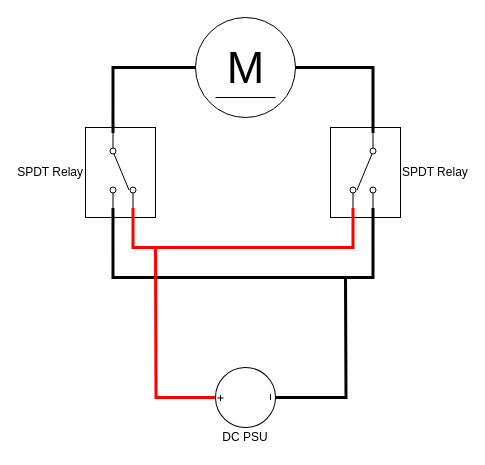
Before: page "Wiring: DC" (3 of 3) of docs/_drawio/FB_OUTPUT_COVER_MQTT.drawio in MichielVanwelsenaere/HomeAutomation.CoDeSys3, a draw.io diagram. Source tidied: cells renumbered, new cells numbered last; positions are measured from the earlier drawing's top-left corner, leaving out a move shared by most shapes. Both pictures are drawn from the tidied source at 100%, with x=0, y=0 at pixel (85, 17).
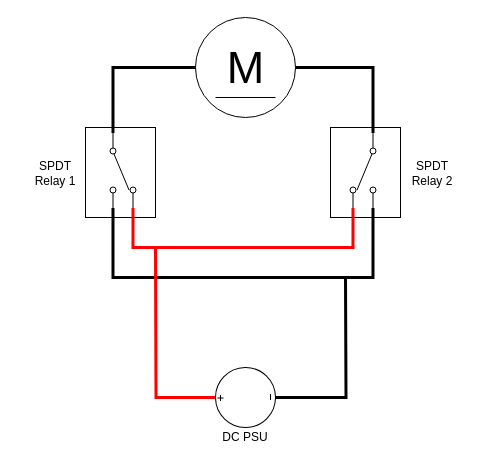
Above is the later version.

The edit, as a diff of the source:
```diff
@@
-    <mxCell id="2" value="SPDT Relay" style="rounded=0;whiteSpace=wrap;html=1;labelBackgroundColor=none;fillColor=none;fontColor=#000000;labelPosition=right;verticalLabelPosition=middle;align=left;verticalAlign=middle;" parent="1" vertex="1">
+    <mxCell id="2" style="rounded=0;whiteSpace=wrap;html=1;labelBackgroundColor=none;fillColor=none;fontColor=#000000;labelPosition=right;verticalLabelPosition=middle;align=left;verticalAlign=middle;" parent="1" vertex="1">
       <mxGeometry x="245" y="110" width="70" height="90" as="geometry" />
     </mxCell>
-    <mxCell id="3" value="SPDT Relay" style="rounded=0;whiteSpace=wrap;html=1;labelBackgroundColor=none;fillColor=none;fontColor=#000000;labelPosition=left;verticalLabelPosition=middle;align=right;verticalAlign=middle;" parent="1" vertex="1">
+    <mxCell id="3" style="rounded=0;whiteSpace=wrap;html=1;labelBackgroundColor=none;fillColor=none;fontColor=#000000;labelPosition=left;verticalLabelPosition=middle;align=right;verticalAlign=middle;" parent="1" vertex="1">
       <mxGeometry y="110" width="70" height="90" as="geometry" />
     </mxCell>
@@
+    <mxCell id="15" value="SPDT Relay 1" style="text;html=1;strokeColor=none;fillColor=none;align=center;verticalAlign=middle;whiteSpace=wrap;rounded=0;" parent="1" vertex="1">
+      <mxGeometry x="-60" y="146" width="60" height="20" as="geometry" />
+    </mxCell>
+    <mxCell id="16" value="SPDT Relay 2" style="text;html=1;strokeColor=none;fillColor=none;align=center;verticalAlign=middle;whiteSpace=wrap;rounded=0;" parent="1" vertex="1">
+      <mxGeometry x="317" y="146" width="60" height="20" as="geometry" />
+    </mxCell>
```
